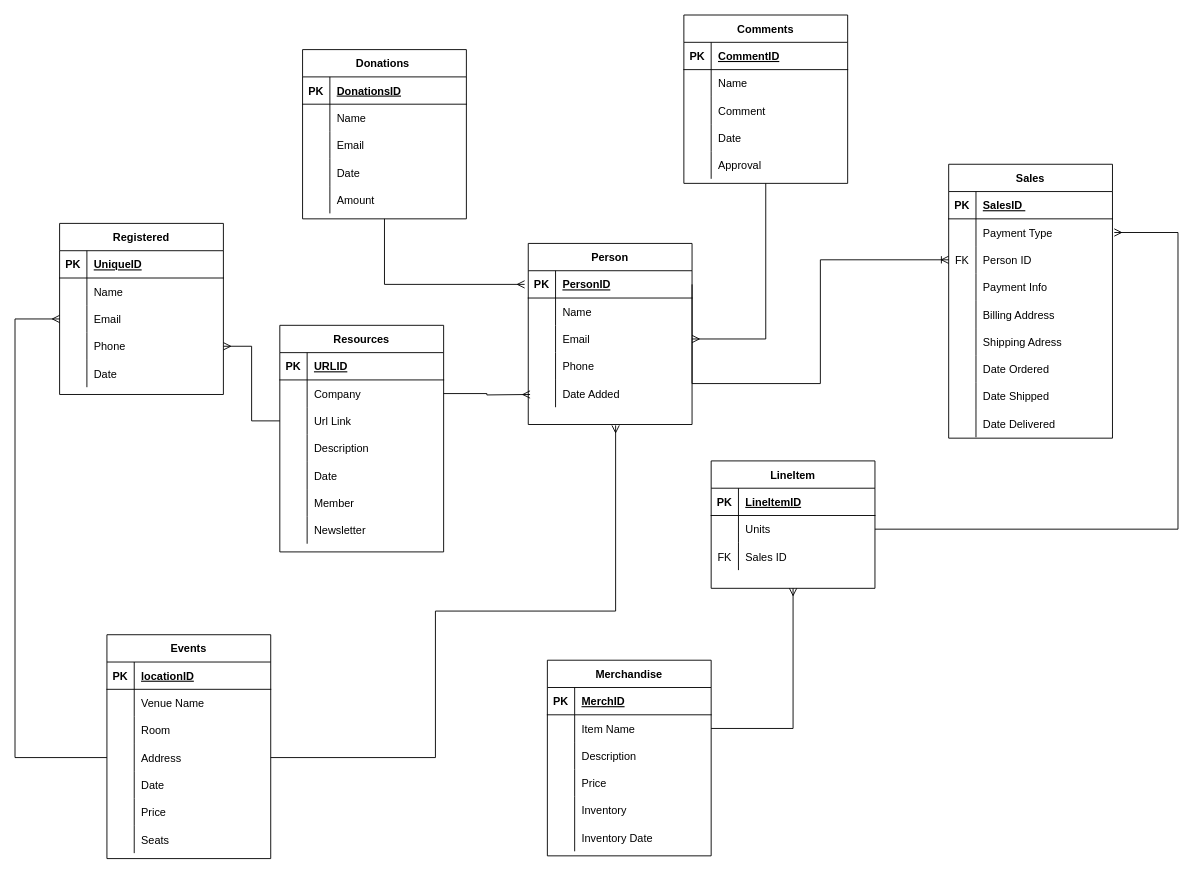
This is Climate Change Draft .drawio from SemharGezai/Database-, a draw.io file, before an edit. Source tidied: cells renumbered, new cells numbered last; positions are measured from the earlier drawing's top-left corner, leaving out a move shared by most shapes. Both pictures are drawn from the tidied source at 91%, with x=0, y=0 at pixel (15, 15).
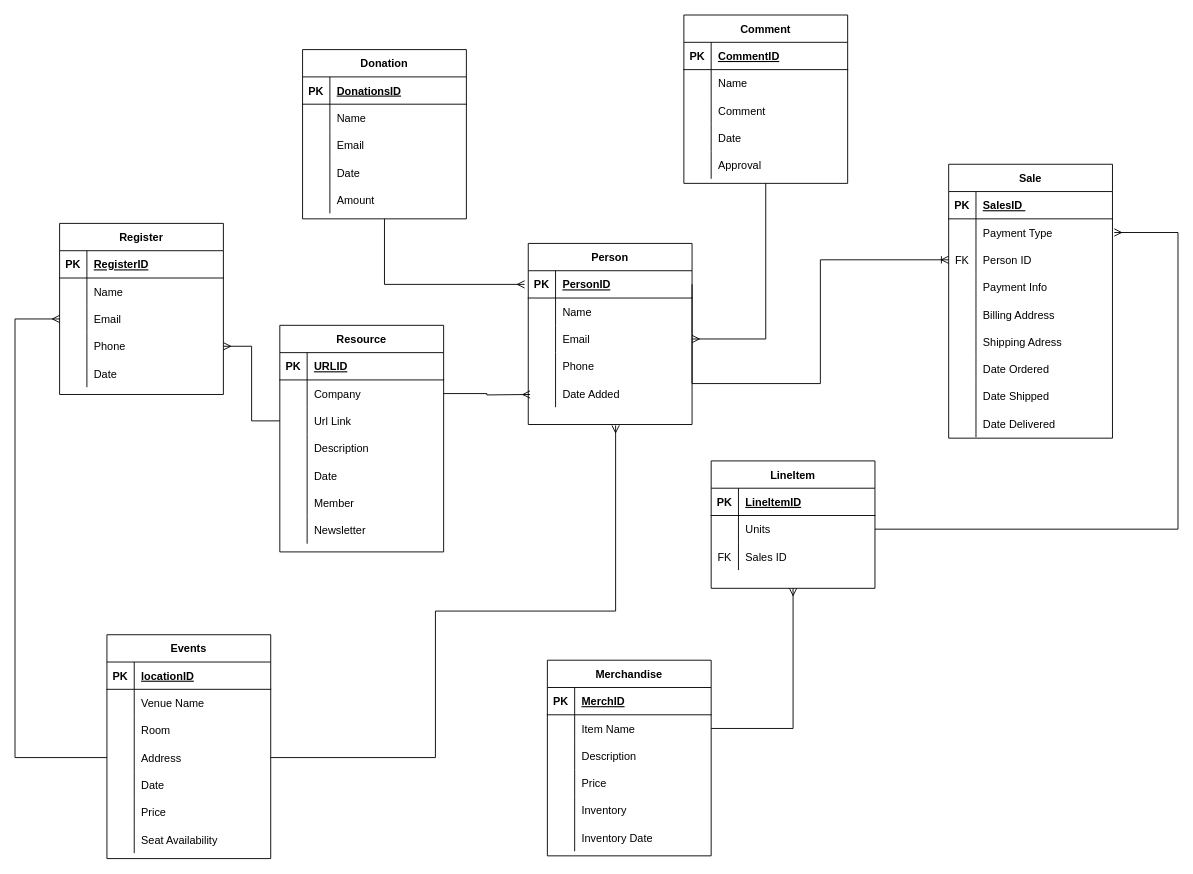
Above is the later version.

Unchanged cells that the change refers to:
```xml
<mxCell id="63" style="shape=tableRow;horizontal=0;startSize=0;swimlaneHead=0;swimlaneBody=0;fillColor=none;top=0;left=0;right=0;bottom=1;strokeWidth=1;" parent="62" vertex="1">
  <mxGeometry y="30" width="180" height="30" as="geometry" />
</mxCell>
<mxCell id="136" style="shape=tableRow;horizontal=0;startSize=0;swimlaneHead=0;swimlaneBody=0;fillColor=none;top=0;left=0;right=0;bottom=0;" parent="117" vertex="1">
  <mxGeometry y="210" width="180" height="30" as="geometry" />
</mxCell>
```

Diff of the diagram source:
```diff
@@
-    <mxCell id="2" value="Sales" style="shape=table;startSize=30;childLayout=tableLayout;rowLines=0;fontStyle=1;align=center;strokeWidth=1;" parent="1" vertex="1">
+    <mxCell id="2" value="Sale" style="shape=table;startSize=30;childLayout=tableLayout;rowLines=0;fontStyle=1;align=center;strokeWidth=1;" parent="1" vertex="1">
       <mxGeometry x="1026" y="164" width="180" height="301" as="geometry" />
     </mxCell>
@@
-    <mxCell id="46" value="Donations " style="shape=table;startSize=30;childLayout=tableLayout;rowLines=0;fontStyle=1;align=center;strokeWidth=1;" parent="1" vertex="1">
+    <mxCell id="46" value="Donation" style="shape=table;startSize=30;childLayout=tableLayout;rowLines=0;fontStyle=1;align=center;strokeWidth=1;" parent="1" vertex="1">
       <mxGeometry x="316" y="38" width="180" height="186" as="geometry" />
     </mxCell>
@@
-    <mxCell id="62" value="Registered" style="shape=table;startSize=30;childLayout=tableLayout;rowLines=0;fontStyle=1;align=center;strokeWidth=1;" parent="1" vertex="1">
+    <mxCell id="62" value="Register" style="shape=table;startSize=30;childLayout=tableLayout;rowLines=0;fontStyle=1;align=center;strokeWidth=1;" parent="1" vertex="1">
       <mxGeometry x="49" y="229" width="180" height="188" as="geometry" />
     </mxCell>
@@
-    <mxCell id="65" value="UniqueID" style="shape=partialRectangle;fillColor=none;top=0;left=0;bottom=0;right=0;align=left;spacingLeft=6;fontStyle=5;overflow=hidden;strokeWidth=1;" parent="63" vertex="1">
+    <mxCell id="65" value="RegisterID" style="shape=partialRectangle;fillColor=none;top=0;left=0;bottom=0;right=0;align=left;spacingLeft=6;fontStyle=5;overflow=hidden;strokeWidth=1;" parent="63" vertex="1">
       <mxGeometry x="30" width="150" height="30" as="geometry" />
     </mxCell>
@@
-    <mxCell id="79" value="Comments" style="shape=table;startSize=30;childLayout=tableLayout;rowLines=0;fontStyle=1;align=center;strokeWidth=1;" parent="1" vertex="1">
+    <mxCell id="79" value="Comment" style="shape=table;startSize=30;childLayout=tableLayout;rowLines=0;fontStyle=1;align=center;strokeWidth=1;" parent="1" vertex="1">
       <mxGeometry x="735" width="180" height="185" as="geometry" />
     </mxCell>
@@
-    <mxCell id="95" value="Resources" style="shape=table;startSize=30;childLayout=tableLayout;rowLines=0;fontStyle=1;align=center;strokeWidth=1;" parent="1" vertex="1">
+    <mxCell id="95" value="Resource" style="shape=table;startSize=30;childLayout=tableLayout;rowLines=0;fontStyle=1;align=center;strokeWidth=1;" parent="1" vertex="1">
       <mxGeometry x="291" y="341" width="180" height="249" as="geometry" />
     </mxCell>
@@
-    <mxCell id="138" value="Seats" style="shape=partialRectangle;fillColor=none;top=0;left=0;bottom=0;right=0;align=left;spacingLeft=6;overflow=hidden;" parent="136" vertex="1">
+    <mxCell id="138" value="Seat Availability" style="shape=partialRectangle;fillColor=none;top=0;left=0;bottom=0;right=0;align=left;spacingLeft=6;overflow=hidden;" parent="136" vertex="1">
       <mxGeometry x="30" width="150" height="30" as="geometry" />
     </mxCell>
```
